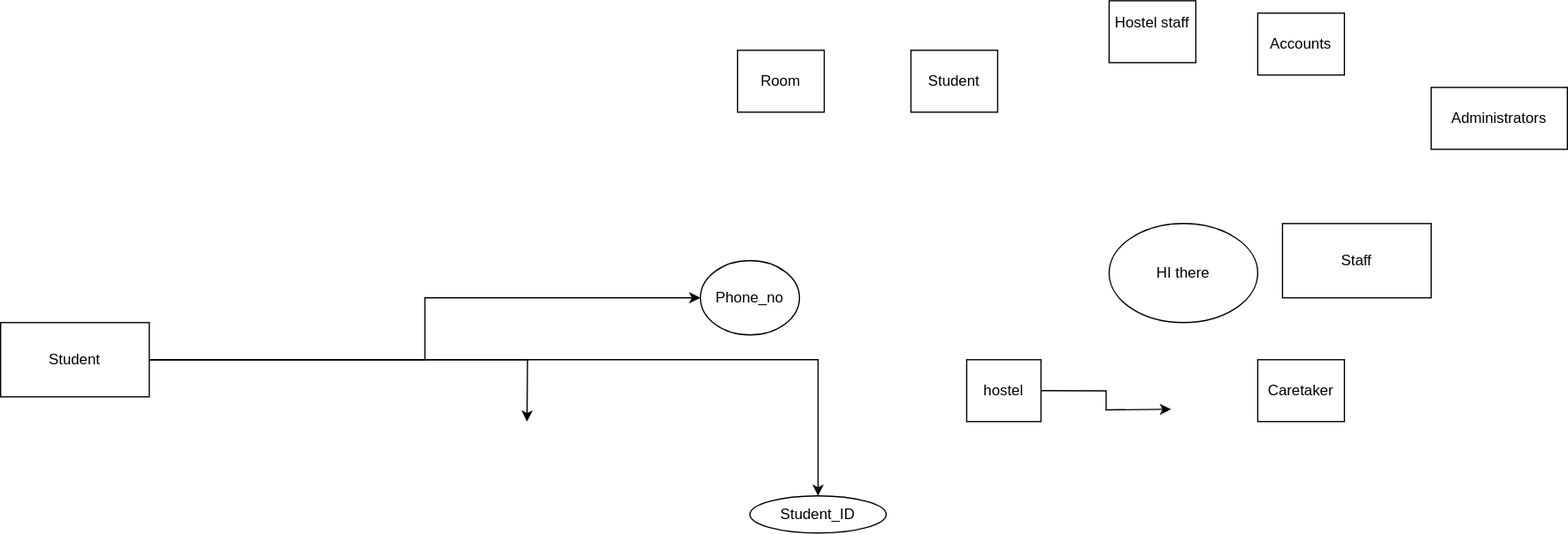
Earlier version of the draw.io export hostel_management.drawio.svg (Zeven100/hostel_management). Source tidied: cells renumbered, new cells last; positions are measured from the earlier drawing's top-left corner, leaving out a move shared by most shapes.
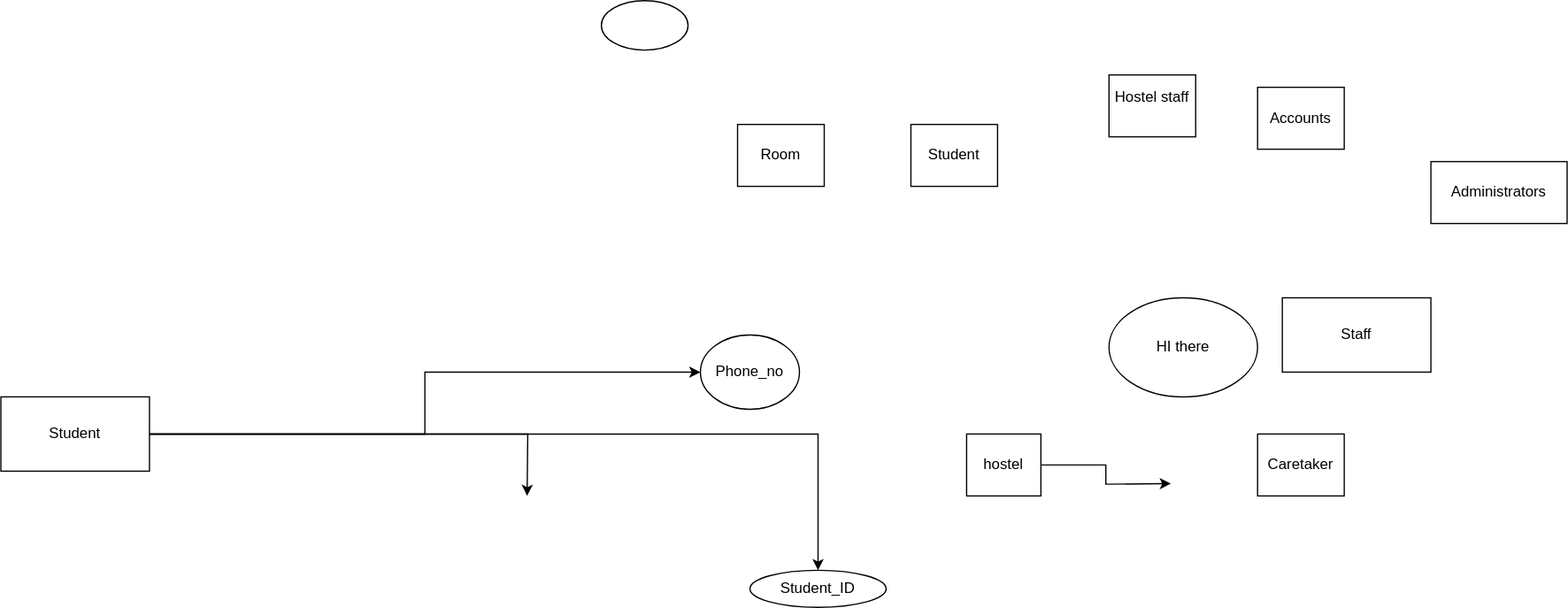
The same file after the commit.

What changed in the source:
```diff
@@ -54,5 +54,8 @@
     <mxCell id="17" value="Phone_no" style="ellipse;whiteSpace=wrap;html=1;" parent="1" vertex="1">
       <mxGeometry x="565" y="210" width="80" height="60" as="geometry" />
     </mxCell>
+    <mxCell id="18" style="ellipse;whiteSpace=wrap;html=1;" parent="1" vertex="1">
+      <mxGeometry x="485" y="-60" width="70" height="40" as="geometry" />
+    </mxCell>
   </root>
 </mxGraphModel>
```
